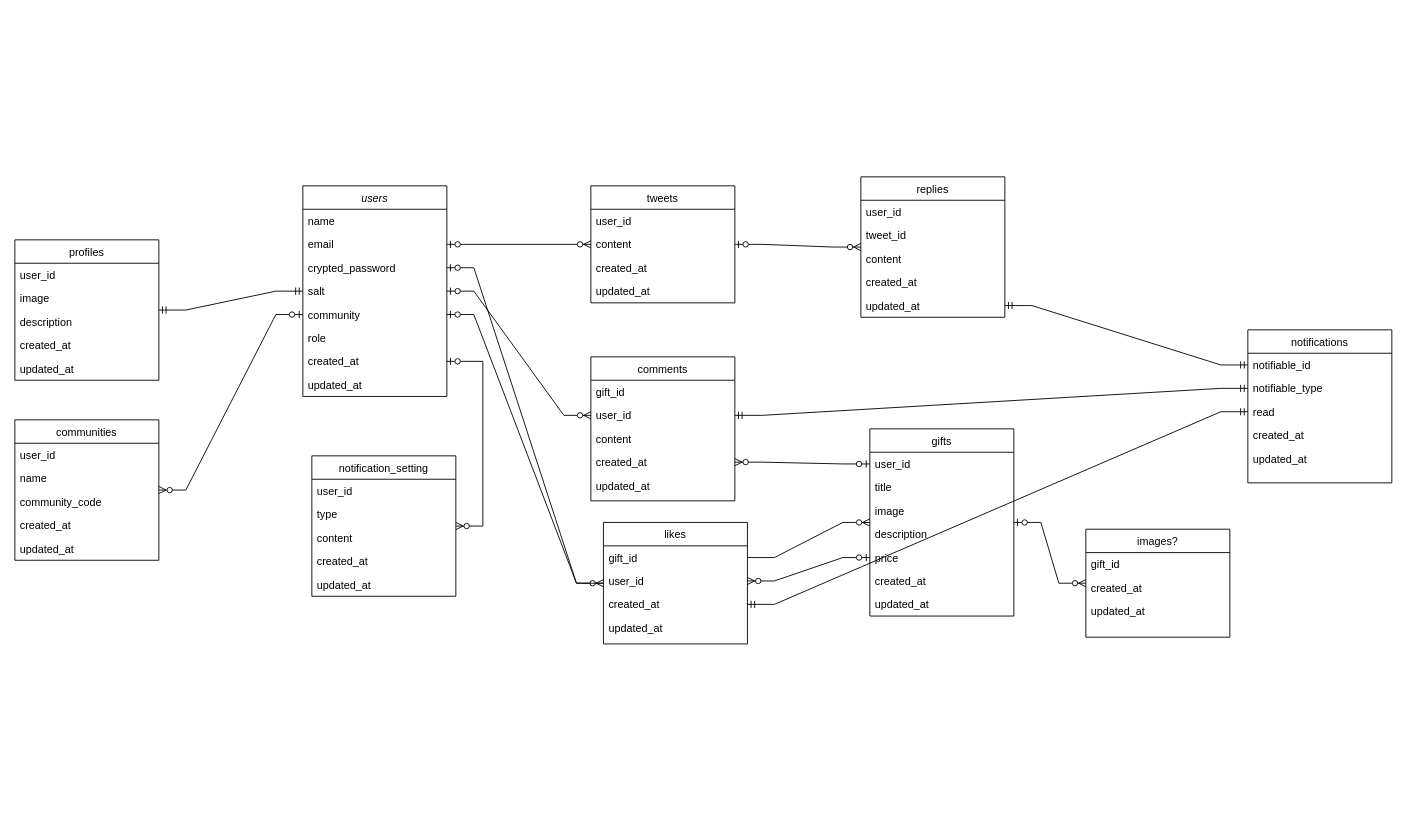
This is Untitled Diagram.drawio from kh-Golden-Retriever/portfolio, a draw.io file, before an edit. Source tidied: cells renumbered, new cells numbered last; positions are measured from the earlier drawing's top-left corner, leaving out a move shared by most shapes. Both pictures are drawn from the tidied source at 90%, with x=0, y=0 at pixel (14, 176).
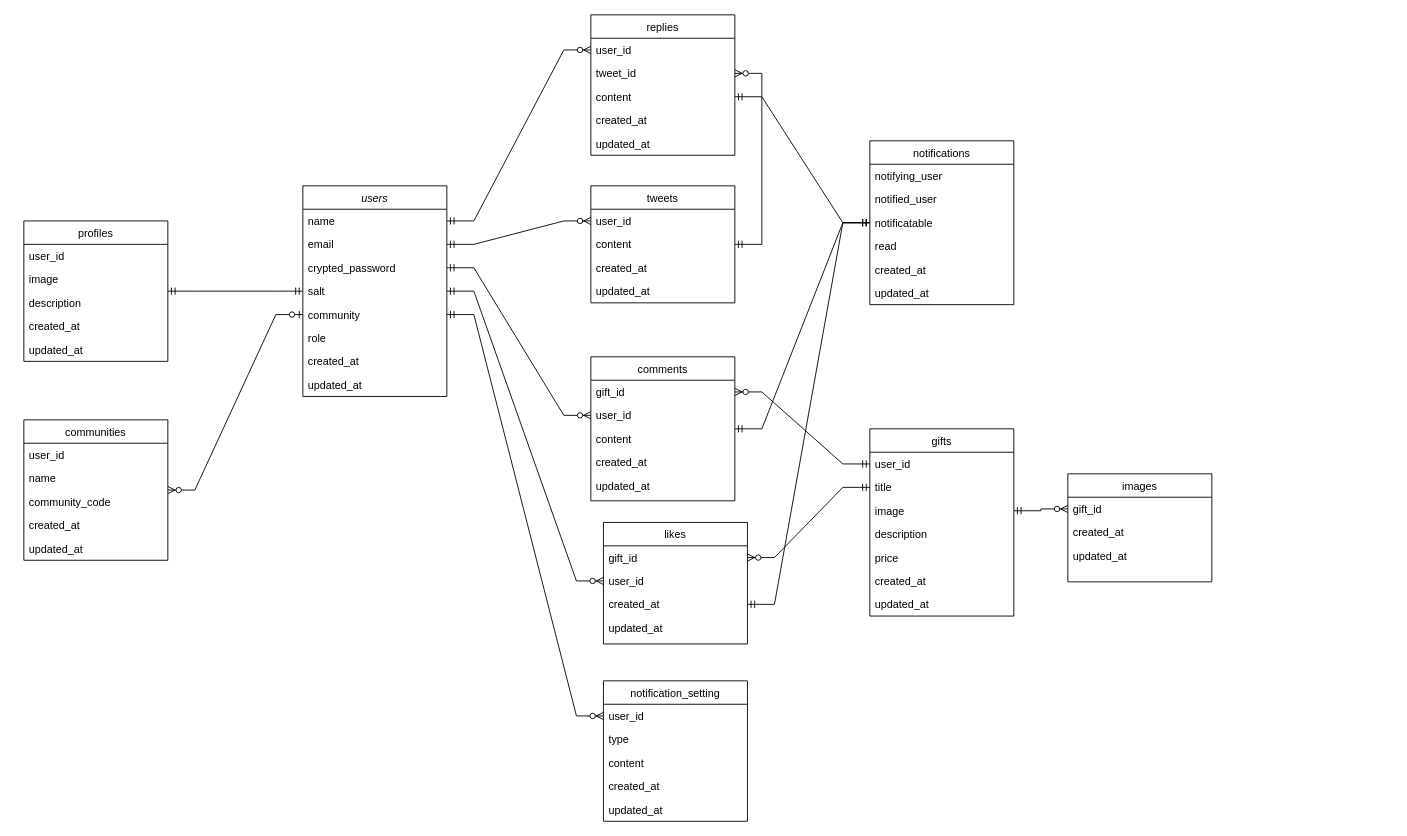
After the change.

The change refers to these unchanged cells:
```xml
<mxCell id="2" value="users" style="swimlane;fontStyle=2;align=center;verticalAlign=top;horizontal=1;startSize=26;rounded=0;shadow=0;strokeWidth=1;" parent="1" vertex="1">
<mxCell id="3" value="name" style="text;align=left;verticalAlign=top;spacingLeft=4;spacingRight=4;overflow=hidden;points=[[0,0.5],[1,0.5]];portConstraint=eastwest;" parent="2" vertex="1">
<mxCell id="4" value="email" style="text;align=left;verticalAlign=top;spacingLeft=4;spacingRight=4;overflow=hidden;points=[[0,0.5],[1,0.5]];portConstraint=eastwest;" parent="2" vertex="1">
<mxCell id="5" value="crypted_password" style="text;align=left;verticalAlign=top;spacingLeft=4;spacingRight=4;overflow=hidden;points=[[0,0.5],[1,0.5]];portConstraint=eastwest;" parent="2" vertex="1">
<mxCell id="6" value="salt" style="text;align=left;verticalAlign=top;spacingLeft=4;spacingRight=4;overflow=hidden;points=[[0,0.5],[1,0.5]];portConstraint=eastwest;" parent="2" vertex="1">
<mxCell id="7" value="community" style="text;align=left;verticalAlign=top;spacingLeft=4;spacingRight=4;overflow=hidden;points=[[0,0.5],[1,0.5]];portConstraint=eastwest;" parent="2" vertex="1">
<mxCell id="9" value="created_at" style="text;align=left;verticalAlign=top;spacingLeft=4;spacingRight=4;overflow=hidden;points=[[0,0.5],[1,0.5]];portConstraint=eastwest;rounded=0;shadow=0;html=0;" parent="2" vertex="1">
<mxCell id="18" value="gifts" style="swimlane;fontStyle=0;align=center;verticalAlign=top;horizontal=1;startSize=26;rounded=0;shadow=0;strokeWidth=1;" parent="1" vertex="1">
<mxCell id="19" value="user_id" style="text;align=left;verticalAlign=top;spacingLeft=4;spacingRight=4;overflow=hidden;points=[[0,0.5],[1,0.5]];portConstraint=eastwest;rounded=0;shadow=0;html=0;" parent="18" vertex="1">
<mxCell id="20" value="title" style="text;align=left;verticalAlign=top;spacingLeft=4;spacingRight=4;overflow=hidden;points=[[0,0.5],[1,0.5]];portConstraint=eastwest;rounded=0;shadow=0;html=0;" parent="18" vertex="1">
<mxCell id="21" value="image" style="text;align=left;verticalAlign=top;spacingLeft=4;spacingRight=4;overflow=hidden;points=[[0,0.5],[1,0.5]];portConstraint=eastwest;rounded=0;shadow=0;html=0;" parent="18" vertex="1">
<mxCell id="23" value="price" style="text;align=left;verticalAlign=top;spacingLeft=4;spacingRight=4;overflow=hidden;points=[[0,0.5],[1,0.5]];portConstraint=eastwest;rounded=0;shadow=0;html=0;" parent="18" vertex="1">
<mxCell id="26" value="comments" style="swimlane;fontStyle=0;align=center;verticalAlign=top;horizontal=1;startSize=26;rounded=0;shadow=0;strokeWidth=1;" parent="1" vertex="1">
<mxCell id="27" value="gift_id" style="text;align=left;verticalAlign=top;spacingLeft=4;spacingRight=4;overflow=hidden;points=[[0,0.5],[1,0.5]];portConstraint=eastwest;rounded=0;shadow=0;html=0;" parent="26" vertex="1">
<mxCell id="28" value="user_id" style="text;align=left;verticalAlign=top;spacingLeft=4;spacingRight=4;overflow=hidden;points=[[0,0.5],[1,0.5]];portConstraint=eastwest;rounded=0;shadow=0;html=0;" parent="26" vertex="1">
<mxCell id="30" value="created_at" style="text;align=left;verticalAlign=top;spacingLeft=4;spacingRight=4;overflow=hidden;points=[[0,0.5],[1,0.5]];portConstraint=eastwest;rounded=0;shadow=0;html=0;" parent="26" vertex="1">
<mxCell id="33" value="gift_id" style="text;align=left;verticalAlign=top;spacingLeft=4;spacingRight=4;overflow=hidden;points=[[0,0.5],[1,0.5]];portConstraint=eastwest;rounded=0;shadow=0;html=0;" parent="32" vertex="1">
<mxCell id="40" value="tweets" style="swimlane;fontStyle=0;align=center;verticalAlign=top;horizontal=1;startSize=26;rounded=0;shadow=0;strokeWidth=1;" parent="1" vertex="1">
<mxCell id="41" value="user_id" style="text;align=left;verticalAlign=top;spacingLeft=4;spacingRight=4;overflow=hidden;points=[[0,0.5],[1,0.5]];portConstraint=eastwest;rounded=0;shadow=0;html=0;" parent="40" vertex="1">
<mxCell id="42" value="content" style="text;align=left;verticalAlign=top;spacingLeft=4;spacingRight=4;overflow=hidden;points=[[0,0.5],[1,0.5]];portConstraint=eastwest;rounded=0;shadow=0;html=0;" parent="40" vertex="1">
<mxCell id="46" value="user_id" style="text;align=left;verticalAlign=top;spacingLeft=4;spacingRight=4;overflow=hidden;points=[[0,0.5],[1,0.5]];portConstraint=eastwest;rounded=0;shadow=0;html=0;" parent="45" vertex="1">
<mxCell id="47" value="tweet_id" style="text;align=left;verticalAlign=top;spacingLeft=4;spacingRight=4;overflow=hidden;points=[[0,0.5],[1,0.5]];portConstraint=eastwest;rounded=0;shadow=0;html=0;" parent="45" vertex="1">
<mxCell id="48" value="content" style="text;align=left;verticalAlign=top;spacingLeft=4;spacingRight=4;overflow=hidden;points=[[0,0.5],[1,0.5]];portConstraint=eastwest;rounded=0;shadow=0;html=0;" parent="45" vertex="1">
<mxCell id="50" value="updated_at" style="text;align=left;verticalAlign=top;spacingLeft=4;spacingRight=4;overflow=hidden;points=[[0,0.5],[1,0.5]];portConstraint=eastwest;rounded=0;shadow=0;html=0;" parent="45" vertex="1">
<mxCell id="69" value="user_id" style="text;align=left;verticalAlign=top;spacingLeft=4;spacingRight=4;overflow=hidden;points=[[0,0.5],[1,0.5]];portConstraint=eastwest;rounded=0;shadow=0;html=0;" parent="68" vertex="1">
<mxCell id="78" value="likes" style="swimlane;fontStyle=0;align=center;verticalAlign=top;horizontal=1;startSize=26;rounded=0;shadow=0;strokeWidth=1;" parent="1" vertex="1">
<mxCell id="79" value="gift_id" style="text;align=left;verticalAlign=top;spacingLeft=4;spacingRight=4;overflow=hidden;points=[[0,0.5],[1,0.5]];portConstraint=eastwest;rounded=0;shadow=0;html=0;" parent="78" vertex="1">
<mxCell id="80" value="user_id" style="text;align=left;verticalAlign=top;spacingLeft=4;spacingRight=4;overflow=hidden;points=[[0,0.5],[1,0.5]];portConstraint=eastwest;rounded=0;shadow=0;html=0;" parent="78" vertex="1">
<mxCell id="81" value="created_at" style="text;align=left;verticalAlign=top;spacingLeft=4;spacingRight=4;overflow=hidden;points=[[0,0.5],[1,0.5]];portConstraint=eastwest;rounded=0;shadow=0;html=0;" parent="78" vertex="1">
```

What changed in the source:
```diff
@@
     <mxCell id="11" value="profiles" style="swimlane;fontStyle=0;align=center;verticalAlign=top;horizontal=1;startSize=26;rounded=0;shadow=0;strokeWidth=1;" parent="1" vertex="1">
-      <mxGeometry y="70" width="160" height="156" as="geometry" />
+      <mxGeometry x="10" y="49" width="160" height="156" as="geometry" />
     </mxCell>
@@
-    <mxCell id="32" value="images?" style="swimlane;fontStyle=0;align=center;verticalAlign=top;horizontal=1;startSize=26;rounded=0;shadow=0;strokeWidth=1;" parent="1" vertex="1">
-      <mxGeometry x="1190" y="391.5" width="160" height="120" as="geometry" />
+    <mxCell id="32" value="images" style="swimlane;fontStyle=0;align=center;verticalAlign=top;horizontal=1;startSize=26;rounded=0;shadow=0;strokeWidth=1;" parent="1" vertex="1">
+      <mxGeometry x="1170" y="330" width="160" height="120" as="geometry" />
     </mxCell>
@@
-    <mxCell id="36" style="edgeStyle=entityRelationEdgeStyle;fontSize=12;html=1;endArrow=ERzeroToMany;startArrow=ERzeroToOne;rounded=0;" parent="1" edge="1" source="18" target="32">
-      <mxGeometry relative="1" as="geometry" />
-    </mxCell>
-    <mxCell id="37" style="edgeStyle=entityRelationEdgeStyle;fontSize=12;html=1;endArrow=ERzeroToMany;startArrow=none;rounded=0;" parent="1" edge="1" source="79" target="18">
-      <mxGeometry relative="1" as="geometry" />
-    </mxCell>
-    <mxCell id="38" style="edgeStyle=entityRelationEdgeStyle;fontSize=12;html=1;endArrow=ERzeroToMany;startArrow=ERzeroToOne;rounded=0;" parent="1" edge="1" source="19" target="30">
-      <mxGeometry relative="1" as="geometry" />
-    </mxCell>
-    <mxCell id="39" style="edgeStyle=entityRelationEdgeStyle;fontSize=12;html=1;endArrow=ERzeroToMany;startArrow=ERzeroToOne;rounded=0;" parent="1" edge="1" source="2" target="28">
-      <mxGeometry relative="1" as="geometry" />
-    </mxCell>
@@
     <mxCell id="45" value="replies" style="swimlane;fontStyle=0;align=center;verticalAlign=top;horizontal=1;startSize=26;rounded=0;shadow=0;strokeWidth=1;" parent="1" vertex="1">
-      <mxGeometry x="940" width="160" height="156" as="geometry" />
+      <mxGeometry x="640" y="-180" width="160" height="156" as="geometry" />
     </mxCell>
@@
-    <mxCell id="51" style="edgeStyle=entityRelationEdgeStyle;fontSize=12;html=1;endArrow=ERzeroToMany;startArrow=ERzeroToOne;rounded=0;" parent="1" edge="1" source="4" target="40">
-      <mxGeometry relative="1" as="geometry" />
-    </mxCell>
-    <mxCell id="52" style="edgeStyle=entityRelationEdgeStyle;fontSize=12;html=1;endArrow=ERzeroToMany;startArrow=ERzeroToOne;rounded=0;" parent="1" edge="1" source="42" target="45">
-      <mxGeometry relative="1" as="geometry" />
-    </mxCell>
     <mxCell id="53" value="communities" style="swimlane;fontStyle=0;align=center;verticalAlign=top;horizontal=1;startSize=26;rounded=0;shadow=0;strokeWidth=1;" parent="1" vertex="1">
-      <mxGeometry y="270" width="160" height="156" as="geometry" />
+      <mxGeometry x="10" y="270" width="160" height="156" as="geometry" />
     </mxCell>
@@
-    <mxCell id="60" style="edgeStyle=entityRelationEdgeStyle;fontSize=12;html=1;endArrow=ERzeroToMany;startArrow=ERzeroToOne;rounded=0;" parent="1" edge="1" source="7" target="78">
-      <mxGeometry relative="1" as="geometry" />
-    </mxCell>
-    <mxCell id="61" style="edgeStyle=entityRelationEdgeStyle;fontSize=12;html=1;endArrow=ERzeroToMany;startArrow=ERzeroToOne;rounded=0;" parent="1" edge="1" source="23" target="80">
-      <mxGeometry relative="1" as="geometry" />
-    </mxCell>
     <mxCell id="62" value="notifications" style="swimlane;fontStyle=0;align=center;verticalAlign=top;horizontal=1;startSize=26;rounded=0;shadow=0;strokeWidth=1;" parent="1" vertex="1">
-      <mxGeometry x="1370" y="170" width="160" height="170" as="geometry" />
+      <mxGeometry x="950" y="-40" width="160" height="182" as="geometry" />
     </mxCell>
-    <mxCell id="63" value="notifiable_id" style="text;align=left;verticalAlign=top;spacingLeft=4;spacingRight=4;overflow=hidden;points=[[0,0.5],[1,0.5]];portConstraint=eastwest;rounded=0;shadow=0;html=0;" parent="62" vertex="1">
+    <mxCell id="63" value="notifying_user" style="text;align=left;verticalAlign=top;spacingLeft=4;spacingRight=4;overflow=hidden;points=[[0,0.5],[1,0.5]];portConstraint=eastwest;rounded=0;shadow=0;html=0;" parent="62" vertex="1">
       <mxGeometry y="26" width="160" height="26" as="geometry" />
     </mxCell>
+    <mxCell id="84" value="notified_user" style="text;align=left;verticalAlign=top;spacingLeft=4;spacingRight=4;overflow=hidden;rounded=0;shadow=0;html=0;" parent="62" vertex="1">
+      <mxGeometry y="52" width="160" height="26" as="geometry" />
+    </mxCell>
-    <mxCell id="64" value="notifiable_type" style="text;align=left;verticalAlign=top;spacingLeft=4;spacingRight=4;overflow=hidden;points=[[0,0.5],[1,0.5]];portConstraint=eastwest;rounded=0;shadow=0;html=0;" parent="62" vertex="1">
-      <mxGeometry y="52" width="160" height="26" as="geometry" />
+    <mxCell id="64" value="notificatable" style="text;align=left;verticalAlign=top;spacingLeft=4;spacingRight=4;overflow=hidden;points=[[0,0.5],[1,0.5]];portConstraint=eastwest;rounded=0;shadow=0;html=0;" parent="62" vertex="1">
+      <mxGeometry y="78" width="160" height="26" as="geometry" />
     </mxCell>
     <mxCell id="65" value="read" style="text;align=left;verticalAlign=top;spacingLeft=4;spacingRight=4;overflow=hidden;points=[[0,0.5],[1,0.5]];portConstraint=eastwest;rounded=0;shadow=0;html=0;" parent="62" vertex="1">
-      <mxGeometry y="78" width="160" height="26" as="geometry" />
+      <mxGeometry y="104" width="160" height="26" as="geometry" />
     </mxCell>
     <mxCell id="66" value="created_at" style="text;align=left;verticalAlign=top;spacingLeft=4;spacingRight=4;overflow=hidden;rounded=0;shadow=0;html=0;" parent="62" vertex="1">
-      <mxGeometry y="104" width="160" height="26" as="geometry" />
+      <mxGeometry y="130" width="160" height="26" as="geometry" />
     </mxCell>
     <mxCell id="67" value="updated_at" style="text;align=left;verticalAlign=top;spacingLeft=4;spacingRight=4;overflow=hidden;rounded=0;shadow=0;html=0;" parent="62" vertex="1">
-      <mxGeometry y="130" width="160" height="26" as="geometry" />
+      <mxGeometry y="156" width="160" height="26" as="geometry" />
     </mxCell>
     <mxCell id="68" value="notification_setting" style="swimlane;fontStyle=0;align=center;verticalAlign=top;horizontal=1;startSize=26;rounded=0;shadow=0;strokeWidth=1;" parent="1" vertex="1">
-      <mxGeometry x="330" y="310" width="160" height="156" as="geometry" />
+      <mxGeometry x="654" y="560" width="160" height="156" as="geometry" />
     </mxCell>
@@
-    <mxCell id="74" style="edgeStyle=entityRelationEdgeStyle;fontSize=12;html=1;endArrow=ERzeroToMany;startArrow=ERzeroToOne;rounded=0;" parent="1" edge="1" source="9" target="68">
-      <mxGeometry relative="1" as="geometry" />
-    </mxCell>
-    <mxCell id="75" style="edgeStyle=entityRelationEdgeStyle;fontSize=12;html=1;endArrow=ERmandOne;startArrow=ERmandOne;rounded=0;" parent="1" edge="1" source="81" target="65">
+    <mxCell id="75" style="edgeStyle=entityRelationEdgeStyle;fontSize=12;html=1;endArrow=ERmandOne;startArrow=ERmandOne;rounded=0;" parent="1" edge="1" source="81" target="64">
       <mxGeometry relative="1" as="geometry" />
     </mxCell>
-    <mxCell id="76" style="edgeStyle=entityRelationEdgeStyle;fontSize=12;html=1;endArrow=ERmandOne;startArrow=ERmandOne;rounded=0;" parent="1" edge="1" source="28" target="64">
+    <mxCell id="76" style="edgeStyle=entityRelationEdgeStyle;fontSize=12;html=1;endArrow=ERmandOne;startArrow=ERmandOne;rounded=0;entryX=0;entryY=0.5;entryDx=0;entryDy=0;" parent="1" edge="1" source="26" target="64">
       <mxGeometry relative="1" as="geometry" />
     </mxCell>
-    <mxCell id="77" style="edgeStyle=entityRelationEdgeStyle;fontSize=12;html=1;endArrow=ERmandOne;startArrow=ERmandOne;rounded=0;" parent="1" edge="1" source="50" target="63">
+    <mxCell id="77" style="edgeStyle=entityRelationEdgeStyle;fontSize=12;html=1;endArrow=ERmandOne;startArrow=ERmandOne;rounded=0;entryX=0;entryY=0.5;entryDx=0;entryDy=0;" parent="1" edge="1" source="48" target="64">
       <mxGeometry relative="1" as="geometry" />
     </mxCell>
@@
-    <mxCell id="83" style="edgeStyle=entityRelationEdgeStyle;fontSize=12;html=1;endArrow=none;startArrow=ERzeroToOne;rounded=0;" parent="1" edge="1" source="5" target="78">
-      <mxGeometry relative="1" as="geometry" />
-    </mxCell>
+    <mxCell id="85" style="edgeStyle=entityRelationEdgeStyle;fontSize=12;html=1;endArrow=ERzeroToMany;startArrow=ERmandOne;rounded=0;" parent="1" edge="1" source="4" target="41">
+      <mxGeometry relative="1" as="geometry" />
+    </mxCell>
+    <mxCell id="86" style="edgeStyle=entityRelationEdgeStyle;fontSize=12;html=1;endArrow=ERzeroToMany;startArrow=ERmandOne;rounded=0;" parent="1" edge="1" source="5" target="28">
+      <mxGeometry relative="1" as="geometry" />
+    </mxCell>
+    <mxCell id="87" style="edgeStyle=entityRelationEdgeStyle;fontSize=12;html=1;endArrow=ERzeroToMany;startArrow=ERmandOne;rounded=0;" parent="1" edge="1" source="6" target="80">
+      <mxGeometry relative="1" as="geometry" />
+    </mxCell>
+    <mxCell id="88" style="edgeStyle=entityRelationEdgeStyle;fontSize=12;html=1;endArrow=ERzeroToMany;startArrow=ERmandOne;rounded=0;" parent="1" edge="1" source="7" target="69">
+      <mxGeometry relative="1" as="geometry" />
+    </mxCell>
+    <mxCell id="89" style="edgeStyle=entityRelationEdgeStyle;fontSize=12;html=1;endArrow=ERzeroToMany;startArrow=ERmandOne;rounded=0;" parent="1" edge="1" source="19" target="27">
+      <mxGeometry relative="1" as="geometry" />
+    </mxCell>
+    <mxCell id="90" style="edgeStyle=entityRelationEdgeStyle;fontSize=12;html=1;endArrow=ERzeroToMany;startArrow=ERmandOne;rounded=0;" parent="1" edge="1" source="20" target="79">
+      <mxGeometry relative="1" as="geometry" />
+    </mxCell>
+    <mxCell id="91" style="edgeStyle=entityRelationEdgeStyle;fontSize=12;html=1;endArrow=ERzeroToMany;startArrow=ERmandOne;rounded=0;" parent="1" edge="1" source="21" target="33">
+      <mxGeometry relative="1" as="geometry" />
+    </mxCell>
+    <mxCell id="92" style="edgeStyle=entityRelationEdgeStyle;fontSize=12;html=1;endArrow=ERzeroToMany;startArrow=ERmandOne;rounded=0;" parent="1" edge="1" source="42" target="47">
+      <mxGeometry relative="1" as="geometry" />
+    </mxCell>
+    <mxCell id="93" style="edgeStyle=entityRelationEdgeStyle;fontSize=12;html=1;endArrow=ERzeroToMany;startArrow=ERmandOne;rounded=0;" parent="1" edge="1" source="3" target="46">
+      <mxGeometry relative="1" as="geometry" />
+    </mxCell>
```
